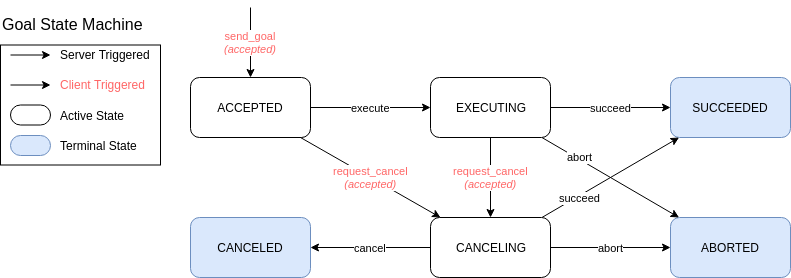
Before: img/actions/goal_state_machine.png, a diagram exported from draw.io (ros2/design). Source tidied: cells renumbered, new cells last; positions are measured from the earlier drawing's top-left corner, leaving out a move shared by most shapes.
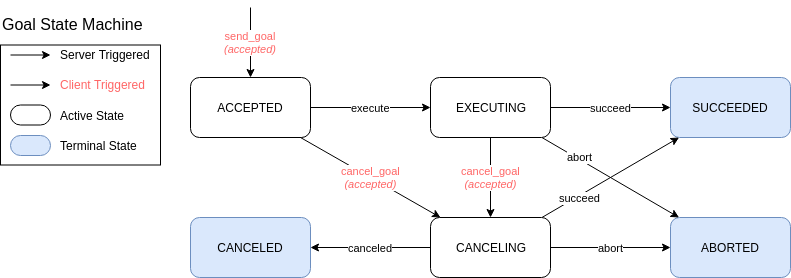
Later version of the same file.

Commit message:
Update transition names

request_cancel -> cancel_goal
cancel -> canceled

What changed in the source:
```diff
@@ -17,7 +17,7 @@
     <mxCell id="6" value="succeed&lt;br&gt;" style="edgeStyle=orthogonalEdgeStyle;rounded=0;html=1;entryX=0;entryY=0.5;jettySize=auto;" parent="1" edge="1" source="9" target="3">
       <mxGeometry relative="1" as="geometry" />
     </mxCell>
-    <mxCell id="7" value="&lt;font color=&quot;#ff6666&quot;&gt;request_cancel&lt;br&gt;&lt;i&gt;(accepted)&lt;/i&gt;&lt;/font&gt;&lt;br&gt;" style="edgeStyle=orthogonalEdgeStyle;rounded=0;html=1;entryX=0.5;entryY=0;jettySize=auto;" parent="1" edge="1" source="9" target="13">
+    <mxCell id="7" value="&lt;font color=&quot;#ff6666&quot;&gt;cancel_goal&lt;br&gt;&lt;i&gt;(accepted)&lt;/i&gt;&lt;/font&gt;&lt;br&gt;" style="edgeStyle=orthogonalEdgeStyle;rounded=0;html=1;entryX=0.5;entryY=0;jettySize=auto;" parent="1" edge="1" source="9" target="13">
       <mxGeometry relative="1" as="geometry" />
     </mxCell>
     <mxCell id="8" value="abort" style="rounded=0;html=1;jettySize=auto;" parent="1" edge="1" source="9" target="4">
@@ -26,7 +26,7 @@
     <mxCell id="9" value="EXECUTING&lt;br&gt;" style="rounded=1;whiteSpace=wrap;html=1;fillColor=#FFFFFF;strokeColor=#000000;" parent="1" vertex="1">
       <mxGeometry x="430" y="70" width="120" height="60" as="geometry" />
     </mxCell>
-    <mxCell id="10" value="cancel" style="edgeStyle=orthogonalEdgeStyle;rounded=0;html=1;jettySize=auto;" parent="1" edge="1" source="13" target="5">
+    <mxCell id="10" value="canceled" style="edgeStyle=orthogonalEdgeStyle;rounded=0;html=1;jettySize=auto;" parent="1" edge="1" source="13" target="5">
       <mxGeometry relative="1" as="geometry" />
     </mxCell>
     <mxCell id="11" value="abort" style="edgeStyle=orthogonalEdgeStyle;rounded=0;html=1;entryX=0;entryY=0.5;jettySize=auto;" parent="1" edge="1" source="13" target="4">
@@ -82,7 +82,7 @@
     <mxCell id="25" value="ACCEPTED&lt;br&gt;" style="rounded=1;whiteSpace=wrap;html=1;fillColor=#FFFFFF;strokeColor=#000000;" parent="1" vertex="1">
       <mxGeometry x="190" y="70" width="120" height="60" as="geometry" />
     </mxCell>
-    <mxCell id="26" value="&lt;font color=&quot;#ff6666&quot;&gt;request_cancel&lt;br&gt;&lt;i&gt;(accepted)&lt;/i&gt;&lt;/font&gt;&lt;br&gt;" style="rounded=0;html=1;entryX=0.083;entryY=0;jettySize=auto;entryPerimeter=0;" parent="1" edge="1" target="13">
+    <mxCell id="26" value="&lt;font color=&quot;#ff6666&quot;&gt;cancel_goal&lt;br&gt;&lt;i&gt;(accepted)&lt;/i&gt;&lt;/font&gt;&lt;br&gt;" style="rounded=0;html=1;entryX=0.083;entryY=0;jettySize=auto;entryPerimeter=0;" parent="1" edge="1" target="13">
       <mxGeometry relative="1" as="geometry">
         <mxPoint x="300" y="130" as="sourcePoint" />
       </mxGeometry>
```
